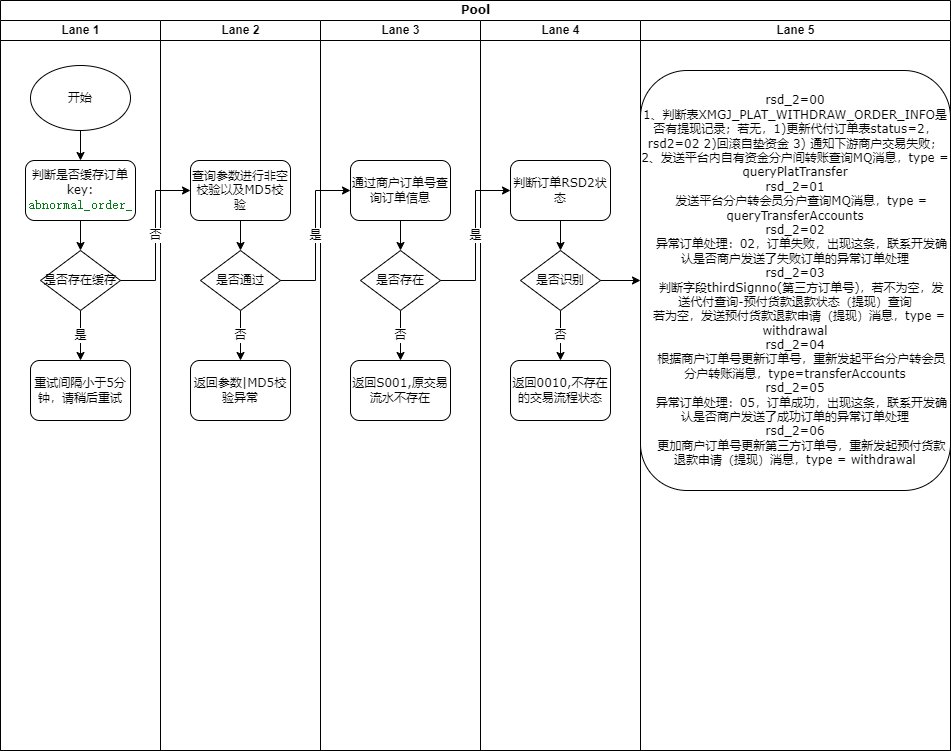
Before: 异常订单手动处理流程.drawio.png, a diagram exported from draw.io (songyibo2019/mydiagrams). Source tidied: cells renumbered, new cells last; positions are measured from the earlier drawing's top-left corner, leaving out a move shared by most shapes.
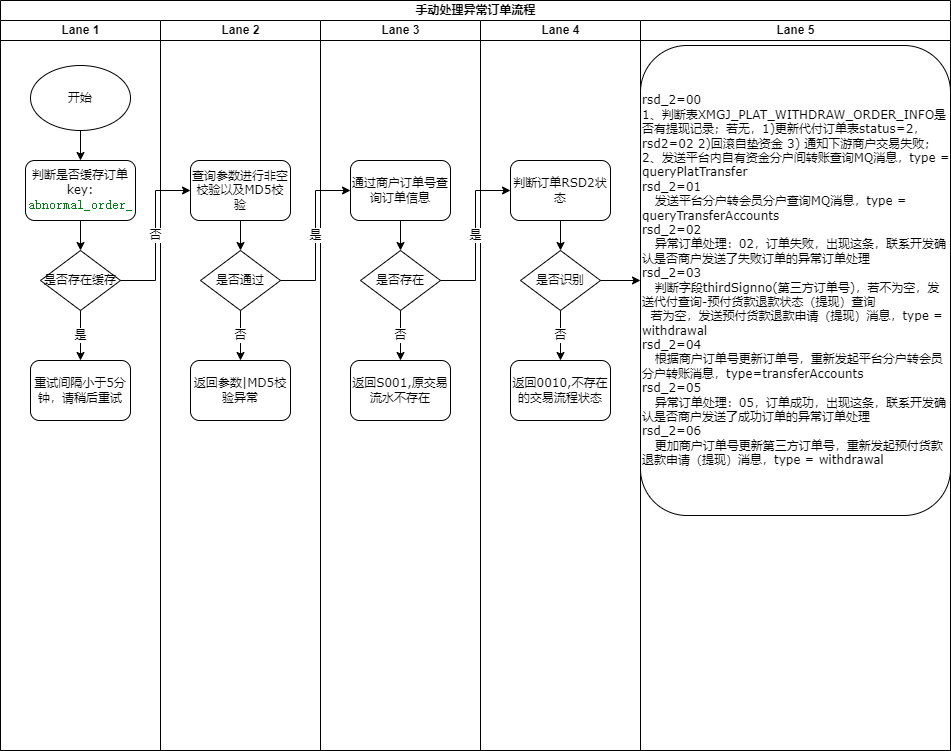
After the commit.

Commit message:
Update 异常订单手动处理流程.drawio.png

Change to the diagram source:
```diff
@@ -2,7 +2,7 @@
   <root>
     <mxCell id="0" />
     <mxCell id="1" parent="0" />
-    <mxCell id="2" value="Pool" style="swimlane;html=1;startSize=20;rounded=0;shadow=0;labelBackgroundColor=none;strokeWidth=1;fontFamily=Verdana;fontSize=8;align=center;" parent="1" vertex="1">
+    <mxCell id="2" value="手动处理异常订单流程" style="swimlane;html=1;startSize=20;rounded=0;shadow=0;labelBackgroundColor=none;strokeWidth=1;fontFamily=Verdana;fontSize=8;align=center;" parent="1" vertex="1">
       <mxGeometry width="950" height="750" as="geometry" />
     </mxCell>
     <mxCell id="3" value="Lane 1" style="swimlane;html=1;startSize=20;" parent="2" vertex="1">
@@ -86,8 +86,8 @@
     <mxCell id="29" value="Lane 5" style="swimlane;html=1;startSize=20;" parent="2" vertex="1">
       <mxGeometry x="640" y="20" width="310" height="730" as="geometry" />
     </mxCell>
-    <mxCell id="30" value="&lt;div&gt;&lt;span style=&quot;font-size: 8px&quot;&gt;rsd_2=00&lt;/span&gt;&lt;/div&gt;&lt;div&gt;&lt;span style=&quot;font-size: 8px&quot;&gt;1、判断表XMGJ_PLAT_WITHDRAW_ORDER_INFO是否有提现记录；若无，1)更新代付订单表status=2，rsd2=02 2)回滚自垫资金 3) 通知下游商户交易失败；&lt;/span&gt;&lt;/div&gt;&lt;div&gt;&lt;span style=&quot;font-size: 8px&quot;&gt;2、发送平台内自有资金分户间转账查询MQ消息，type = queryPlatTransfer&lt;/span&gt;&lt;/div&gt;&lt;div&gt;&lt;span style=&quot;font-size: 8px&quot;&gt;rsd_2=01&lt;/span&gt;&lt;/div&gt;&lt;div&gt;&lt;span style=&quot;font-size: 8px&quot;&gt;&amp;nbsp; &amp;nbsp;发送平台分户转会员分户查询MQ消息，type = queryTransferAccounts&lt;/span&gt;&lt;/div&gt;&lt;div&gt;&lt;span style=&quot;font-size: 8px&quot;&gt;rsd_2=02&lt;/span&gt;&lt;/div&gt;&lt;div&gt;&lt;span style=&quot;font-size: 8px&quot;&gt;&amp;nbsp; &amp;nbsp;异常订单处理：02，订单失败，出现这条，联系开发确认是否商户发送了失败订单的异常订单处理&lt;/span&gt;&lt;/div&gt;&lt;div&gt;&lt;span style=&quot;font-size: 8px&quot;&gt;rsd_2=03&lt;/span&gt;&lt;/div&gt;&lt;div&gt;&lt;span style=&quot;font-size: 8px&quot;&gt;&amp;nbsp; &amp;nbsp;判断字段thirdSignno(第三方订单号)，若不为空，发送代付查询-预付货款退款状态（提现）查询&lt;/span&gt;&lt;/div&gt;&lt;div&gt;&lt;span style=&quot;font-size: 8px&quot;&gt;&lt;span&gt;&#9;&#9;&#9;&#9;&#9;&#9;&#9;&#9;&#9;&lt;/span&gt;&amp;nbsp; 若为空，发送预付货款退款申请（提现）消息，type = withdrawal&lt;/span&gt;&lt;/div&gt;&lt;div&gt;&lt;span style=&quot;font-size: 8px&quot;&gt;rsd_2=04&lt;/span&gt;&lt;/div&gt;&lt;div&gt;&lt;span style=&quot;font-size: 8px&quot;&gt;&amp;nbsp; &amp;nbsp;根据商户订单号更新订单号，重新发起平台分户转会员分户转账消息，type=transferAccounts&lt;/span&gt;&lt;/div&gt;&lt;div&gt;&lt;span style=&quot;font-size: 8px&quot;&gt;rsd_2=05&lt;/span&gt;&lt;/div&gt;&lt;div&gt;&lt;span style=&quot;font-size: 8px&quot;&gt;&amp;nbsp; &amp;nbsp;异常订单处理：05，订单成功，出现这条，联系开发确认是否商户发送了成功订单的异常订单处理&lt;/span&gt;&lt;/div&gt;&lt;div&gt;&lt;span style=&quot;font-size: 8px&quot;&gt;rsd_2=06&lt;/span&gt;&lt;/div&gt;&lt;div&gt;&lt;span style=&quot;font-size: 8px&quot;&gt;&amp;nbsp; &amp;nbsp;更加商户订单号更新第三方订单号，重新发起预付货款退款申请（提现）消息，type = withdrawal&lt;/span&gt;&lt;/div&gt;" style="rounded=1;whiteSpace=wrap;html=1;shadow=0;labelBackgroundColor=none;strokeWidth=1;fontFamily=Verdana;fontSize=8;align=center;" parent="29" vertex="1">
-      <mxGeometry y="50" width="310" height="420" as="geometry" />
+    <mxCell id="30" value="&lt;div&gt;&lt;span style=&quot;font-size: 8px&quot;&gt;rsd_2=00&lt;/span&gt;&lt;/div&gt;&lt;div&gt;&lt;span style=&quot;font-size: 8px&quot;&gt;1、判断表XMGJ_PLAT_WITHDRAW_ORDER_INFO是否有提现记录；若无，1)更新代付订单表status=2，rsd2=02 2)回滚自垫资金 3) 通知下游商户交易失败；&lt;/span&gt;&lt;/div&gt;&lt;div&gt;&lt;span style=&quot;font-size: 8px&quot;&gt;2、发送平台内自有资金分户间转账查询MQ消息，type = queryPlatTransfer&lt;/span&gt;&lt;/div&gt;&lt;div&gt;&lt;span style=&quot;font-size: 8px&quot;&gt;rsd_2=01&lt;/span&gt;&lt;/div&gt;&lt;div&gt;&lt;span style=&quot;font-size: 8px&quot;&gt;&amp;nbsp; &amp;nbsp;发送平台分户转会员分户查询MQ消息，type = queryTransferAccounts&lt;/span&gt;&lt;/div&gt;&lt;div&gt;&lt;span style=&quot;font-size: 8px&quot;&gt;rsd_2=02&lt;/span&gt;&lt;/div&gt;&lt;div&gt;&lt;span style=&quot;font-size: 8px&quot;&gt;&amp;nbsp; &amp;nbsp;异常订单处理：02，订单失败，出现这条，联系开发确认是否商户发送了失败订单的异常订单处理&lt;/span&gt;&lt;/div&gt;&lt;div&gt;&lt;span style=&quot;font-size: 8px&quot;&gt;rsd_2=03&lt;/span&gt;&lt;/div&gt;&lt;div&gt;&lt;span style=&quot;font-size: 8px&quot;&gt;&amp;nbsp; &amp;nbsp;判断字段thirdSignno(第三方订单号)，若不为空，发送代付查询-预付货款退款状态（提现）查询&lt;/span&gt;&lt;/div&gt;&lt;div&gt;&lt;span style=&quot;font-size: 8px&quot;&gt;&lt;span&gt;&#9;&#9;&#9;&#9;&#9;&#9;&#9;&#9;&#9;&lt;/span&gt;&amp;nbsp; 若为空，发送预付货款退款申请（提现）消息，type = withdrawal&lt;/span&gt;&lt;/div&gt;&lt;div&gt;&lt;span style=&quot;font-size: 8px&quot;&gt;rsd_2=04&lt;/span&gt;&lt;/div&gt;&lt;div&gt;&lt;span style=&quot;font-size: 8px&quot;&gt;&amp;nbsp; &amp;nbsp;根据商户订单号更新订单号，重新发起平台分户转会员分户转账消息，type=transferAccounts&lt;/span&gt;&lt;/div&gt;&lt;div&gt;&lt;span style=&quot;font-size: 8px&quot;&gt;rsd_2=05&lt;/span&gt;&lt;/div&gt;&lt;div&gt;&lt;span style=&quot;font-size: 8px&quot;&gt;&amp;nbsp; &amp;nbsp;异常订单处理：05，订单成功，出现这条，联系开发确认是否商户发送了成功订单的异常订单处理&lt;/span&gt;&lt;/div&gt;&lt;div&gt;&lt;span style=&quot;font-size: 8px&quot;&gt;rsd_2=06&lt;/span&gt;&lt;/div&gt;&lt;div&gt;&lt;span style=&quot;font-size: 8px&quot;&gt;&amp;nbsp; &amp;nbsp;更加商户订单号更新第三方订单号，重新发起预付货款退款申请（提现）消息，type = withdrawal&lt;/span&gt;&lt;/div&gt;" style="rounded=1;whiteSpace=wrap;html=1;shadow=0;labelBackgroundColor=none;strokeWidth=1;fontFamily=Verdana;fontSize=8;align=left;" parent="29" vertex="1">
+      <mxGeometry y="25" width="310" height="470" as="geometry" />
     </mxCell>
     <mxCell id="31" value="否" style="edgeStyle=orthogonalEdgeStyle;rounded=0;jettySize=auto;html=1;exitX=1;exitY=0.5;exitDx=0;exitDy=0;entryX=0;entryY=0.5;entryDx=0;entryDy=0;fontSize=11;" parent="2" edge="1" source="9" target="13">
       <mxGeometry relative="1" as="geometry" />
```
